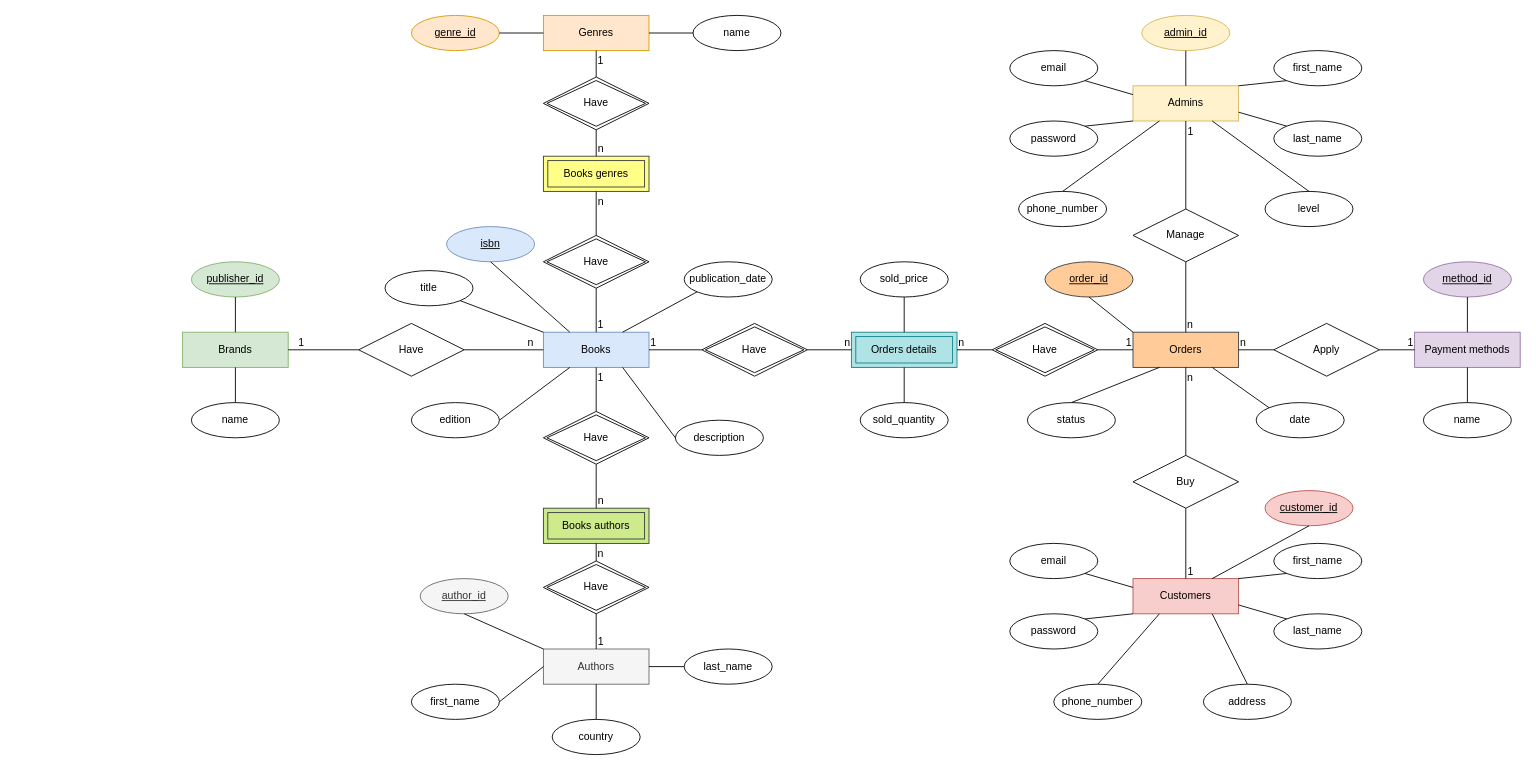
The draw.io diagram perfume.drawio in tamgtasa2611/perfume_store, before the edit. Source tidied: cells renumbered, new cells numbered last; positions are measured from the earlier drawing's top-left corner, leaving out a move shared by most shapes. Both pictures are drawn from the tidied source at 88%, with x=0, y=0 at pixel (182, 15).
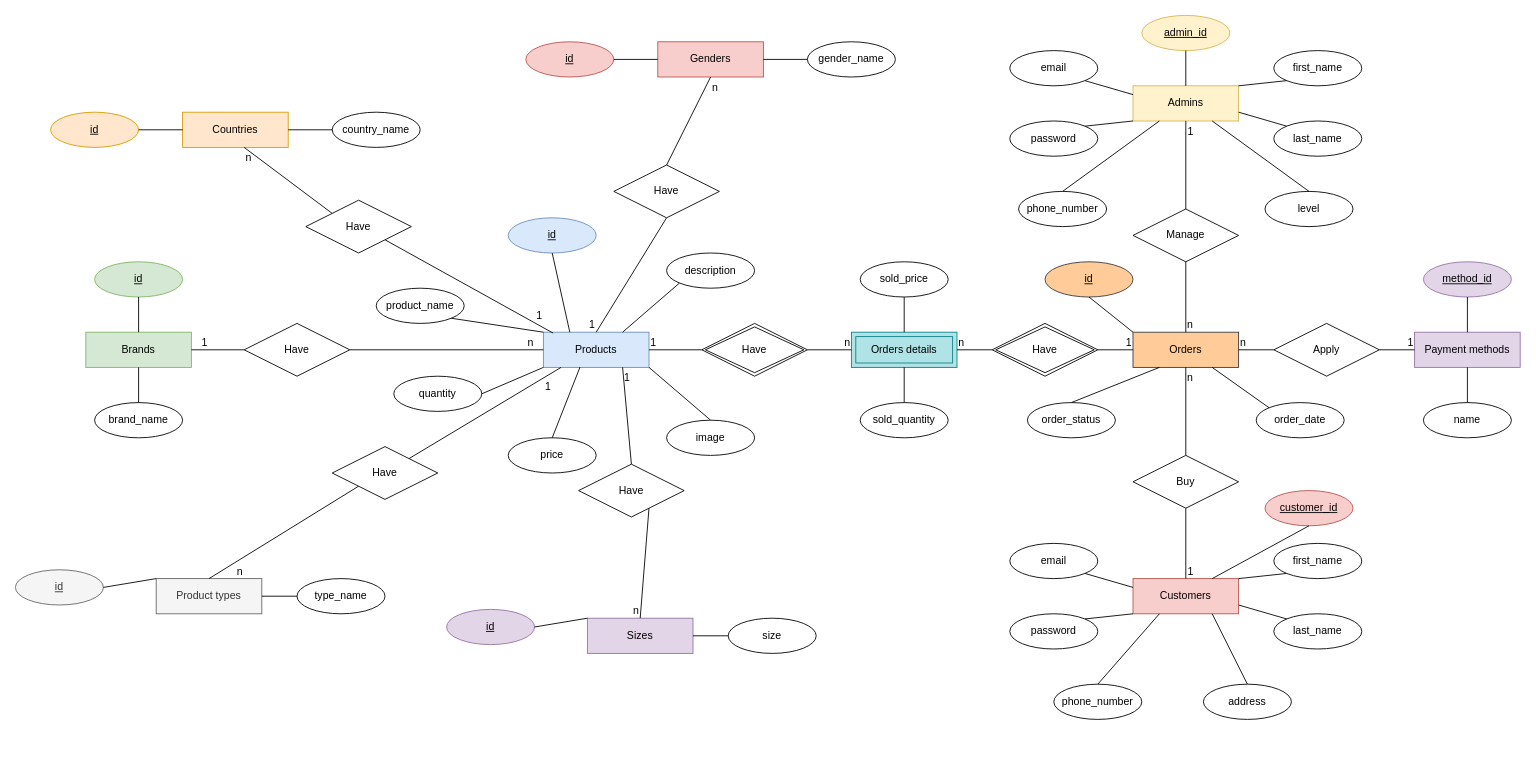
Above is the later version.

The edit, as a diff of the source:
```diff
@@
     <mxCell id="2" value="Brands" style="rounded=0;whiteSpace=wrap;html=1;fillColor=#d5e8d4;strokeColor=#82b366;" parent="1" vertex="1">
-      <mxGeometry y="360" width="120" height="40" as="geometry" />
+      <mxGeometry x="-110" y="360" width="120" height="40" as="geometry" />
     </mxCell>
-    <mxCell id="3" value="publisher_id" style="ellipse;whiteSpace=wrap;html=1;align=center;fontStyle=4;fillColor=#d5e8d4;strokeColor=#82b366;" parent="1" vertex="1">
-      <mxGeometry x="10" y="280" width="100" height="40" as="geometry" />
+    <mxCell id="3" value="id" style="ellipse;whiteSpace=wrap;html=1;align=center;fontStyle=4;fillColor=#d5e8d4;strokeColor=#82b366;" parent="1" vertex="1">
+      <mxGeometry x="-100" y="280" width="100" height="40" as="geometry" />
     </mxCell>
@@
-    <mxCell id="5" value="name" style="ellipse;whiteSpace=wrap;html=1;align=center;" parent="1" vertex="1">
-      <mxGeometry x="10" y="440" width="100" height="40" as="geometry" />
+    <mxCell id="5" value="brand_name" style="ellipse;whiteSpace=wrap;html=1;align=center;" parent="1" vertex="1">
+      <mxGeometry x="-100" y="440" width="100" height="40" as="geometry" />
     </mxCell>
@@
-    <mxCell id="7" value="Books" style="rounded=0;whiteSpace=wrap;html=1;fillColor=#dae8fc;strokeColor=#6c8ebf;" parent="1" vertex="1">
+    <mxCell id="7" value="Products" style="rounded=0;whiteSpace=wrap;html=1;fillColor=#dae8fc;strokeColor=#6c8ebf;" parent="1" vertex="1">
       <mxGeometry x="410" y="360" width="120" height="40" as="geometry" />
     </mxCell>
-    <mxCell id="8" value="isbn" style="ellipse;whiteSpace=wrap;html=1;align=center;fontStyle=4;fillColor=#dae8fc;strokeColor=#6c8ebf;" parent="1" vertex="1">
-      <mxGeometry x="300" y="240" width="100" height="40" as="geometry" />
+    <mxCell id="8" value="id" style="ellipse;whiteSpace=wrap;html=1;align=center;fontStyle=4;fillColor=#dae8fc;strokeColor=#6c8ebf;" parent="1" vertex="1">
+      <mxGeometry x="370" y="230" width="100" height="40" as="geometry" />
     </mxCell>
-    <mxCell id="9" value="title" style="ellipse;whiteSpace=wrap;html=1;align=center;" parent="1" vertex="1">
-      <mxGeometry x="230" y="290" width="100" height="40" as="geometry" />
+    <mxCell id="9" value="product_name" style="ellipse;whiteSpace=wrap;html=1;align=center;" parent="1" vertex="1">
+      <mxGeometry x="220" y="310" width="100" height="40" as="geometry" />
     </mxCell>
@@
-    <mxCell id="11" value="publication_date" style="ellipse;whiteSpace=wrap;html=1;align=center;" parent="1" vertex="1">
-      <mxGeometry x="570" y="280" width="100" height="40" as="geometry" />
+    <mxCell id="11" value="description" style="ellipse;whiteSpace=wrap;html=1;align=center;" parent="1" vertex="1">
+      <mxGeometry x="550" y="270" width="100" height="40" as="geometry" />
     </mxCell>
@@
-    <mxCell id="13" style="endArrow=none;html=1;rounded=0;exitX=0.25;exitY=1;exitDx=0;exitDy=0;entryX=1;entryY=0.5;entryDx=0;entryDy=0;" parent="1" edge="1" source="7" target="14">
+    <mxCell id="13" style="endArrow=none;html=1;rounded=0;entryX=1;entryY=0.5;entryDx=0;entryDy=0;exitX=0;exitY=1;exitDx=0;exitDy=0;" parent="1" edge="1" source="7" target="14">
       <mxGeometry relative="1" as="geometry" />
     </mxCell>
-    <mxCell id="14" value="edition" style="ellipse;whiteSpace=wrap;html=1;align=center;" parent="1" vertex="1">
-      <mxGeometry x="260" y="440" width="100" height="40" as="geometry" />
+    <mxCell id="14" value="quantity" style="ellipse;whiteSpace=wrap;html=1;align=center;" parent="1" vertex="1">
+      <mxGeometry x="240" y="410" width="100" height="40" as="geometry" />
     </mxCell>
-    <mxCell id="15" value="description" style="ellipse;whiteSpace=wrap;html=1;align=center;" parent="1" vertex="1">
-      <mxGeometry x="560" y="460" width="100" height="40" as="geometry" />
+    <mxCell id="15" value="price" style="ellipse;whiteSpace=wrap;html=1;align=center;" parent="1" vertex="1">
+      <mxGeometry x="370" y="480" width="100" height="40" as="geometry" />
     </mxCell>
-    <mxCell id="16" style="endArrow=none;html=1;rounded=0;exitX=0.75;exitY=1;exitDx=0;exitDy=0;entryX=0;entryY=0.5;entryDx=0;entryDy=0;" parent="1" edge="1" source="7" target="15">
+    <mxCell id="16" style="endArrow=none;html=1;rounded=0;entryX=0.5;entryY=0;entryDx=0;entryDy=0;exitX=0.347;exitY=0.99;exitDx=0;exitDy=0;exitPerimeter=0;" parent="1" edge="1" source="7" target="15">
       <mxGeometry relative="1" as="geometry" />
     </mxCell>
@@
     <mxCell id="22" value="Have" style="shape=rhombus;perimeter=rhombusPerimeter;whiteSpace=wrap;html=1;align=center;" parent="1" vertex="1">
-      <mxGeometry x="200" y="350" width="120" height="60" as="geometry" />
+      <mxGeometry x="70" y="350" width="120" height="60" as="geometry" />
     </mxCell>
-    <mxCell id="23" value="Genres" style="rounded=0;whiteSpace=wrap;html=1;fillColor=#ffe6cc;strokeColor=#d79b00;" parent="1" vertex="1">
-      <mxGeometry x="410" width="120" height="40" as="geometry" />
+    <mxCell id="23" value="Genders" style="rounded=0;whiteSpace=wrap;html=1;fillColor=#f8cecc;strokeColor=#b85450;" parent="1" vertex="1">
+      <mxGeometry x="540" y="30" width="120" height="40" as="geometry" />
     </mxCell>
-    <mxCell id="24" value="genre_id" style="ellipse;whiteSpace=wrap;html=1;align=center;fontStyle=4;fillColor=#ffe6cc;strokeColor=#d79b00;" parent="1" vertex="1">
-      <mxGeometry x="260" width="100" height="40" as="geometry" />
+    <mxCell id="24" value="id" style="ellipse;whiteSpace=wrap;html=1;align=center;fontStyle=4;fillColor=#f8cecc;strokeColor=#b85450;" parent="1" vertex="1">
+      <mxGeometry x="390" y="30" width="100" height="40" as="geometry" />
     </mxCell>
@@
-    <mxCell id="26" value="name" style="ellipse;whiteSpace=wrap;html=1;align=center;" parent="1" vertex="1">
-      <mxGeometry x="580" width="100" height="40" as="geometry" />
+    <mxCell id="26" value="gender_name" style="ellipse;whiteSpace=wrap;html=1;align=center;" parent="1" vertex="1">
+      <mxGeometry x="710" y="30" width="100" height="40" as="geometry" />
     </mxCell>
@@
-    <mxCell id="28" value="Authors" style="rounded=0;whiteSpace=wrap;html=1;fillColor=#f5f5f5;fontColor=#333333;strokeColor=#666666;" parent="1" vertex="1">
-      <mxGeometry x="410" y="720" width="120" height="40" as="geometry" />
+    <mxCell id="28" value="Product types" style="rounded=0;whiteSpace=wrap;html=1;fillColor=#f5f5f5;fontColor=#333333;strokeColor=#666666;" parent="1" vertex="1">
+      <mxGeometry x="-30" y="640" width="120" height="40" as="geometry" />
     </mxCell>
-    <mxCell id="29" value="author_id" style="ellipse;whiteSpace=wrap;html=1;align=center;fontStyle=4;fillColor=#f5f5f5;fontColor=#333333;strokeColor=#666666;" parent="1" vertex="1">
-      <mxGeometry x="270" y="640" width="100" height="40" as="geometry" />
+    <mxCell id="29" value="id" style="ellipse;whiteSpace=wrap;html=1;align=center;fontStyle=4;fillColor=#f5f5f5;fontColor=#333333;strokeColor=#666666;" parent="1" vertex="1">
+      <mxGeometry x="-190" y="630" width="100" height="40" as="geometry" />
     </mxCell>
-    <mxCell id="30" style="endArrow=none;html=1;rounded=0;exitX=0.5;exitY=1;exitDx=0;exitDy=0;entryX=0;entryY=0;entryDx=0;entryDy=0;" parent="1" edge="1" source="29" target="28">
+    <mxCell id="30" style="endArrow=none;html=1;rounded=0;exitX=1;exitY=0.5;exitDx=0;exitDy=0;entryX=0;entryY=0;entryDx=0;entryDy=0;" parent="1" edge="1" source="29" target="28">
       <mxGeometry relative="1" as="geometry" />
     </mxCell>
-    <mxCell id="31" value="first_name" style="ellipse;whiteSpace=wrap;html=1;align=center;" parent="1" vertex="1">
-      <mxGeometry x="260" y="760" width="100" height="40" as="geometry" />
-    </mxCell>
-    <mxCell id="32" style="endArrow=none;html=1;rounded=0;exitX=1;exitY=0.5;exitDx=0;exitDy=0;entryX=0;entryY=0.5;entryDx=0;entryDy=0;" parent="1" edge="1" source="31" target="28">
-      <mxGeometry relative="1" as="geometry" />
-    </mxCell>
-    <mxCell id="33" value="last_name" style="ellipse;whiteSpace=wrap;html=1;align=center;" parent="1" vertex="1">
-      <mxGeometry x="570" y="720" width="100" height="40" as="geometry" />
+    <mxCell id="33" value="type_name" style="ellipse;whiteSpace=wrap;html=1;align=center;" parent="1" vertex="1">
+      <mxGeometry x="130" y="640" width="100" height="40" as="geometry" />
     </mxCell>
@@
-    <mxCell id="35" value="country" style="ellipse;whiteSpace=wrap;html=1;align=center;" parent="1" vertex="1">
-      <mxGeometry x="420" y="800" width="100" height="40" as="geometry" />
-    </mxCell>
-    <mxCell id="36" style="endArrow=none;html=1;rounded=0;exitX=0.5;exitY=0;exitDx=0;exitDy=0;entryX=0.5;entryY=1;entryDx=0;entryDy=0;" parent="1" edge="1" source="35" target="28">
-      <mxGeometry relative="1" as="geometry" />
-    </mxCell>
-    <mxCell id="37" value="Books genres" style="shape=ext;margin=3;double=1;whiteSpace=wrap;html=1;align=center;fillColor=#ffff88;strokeColor=#36393d;" parent="1" vertex="1">
-      <mxGeometry x="410" y="160" width="120" height="40" as="geometry" />
-    </mxCell>
-    <mxCell id="38" style="endArrow=none;html=1;rounded=0;exitX=0.5;exitY=0;exitDx=0;exitDy=0;entryX=0.5;entryY=1;entryDx=0;entryDy=0;" parent="1" edge="1" source="42" target="37">
-      <mxGeometry relative="1" as="geometry" />
-    </mxCell>
-    <mxCell id="39" value="n" style="html=1;whiteSpace=wrap;align=right;verticalAlign=bottom;" parent="38" vertex="1">
-      <mxGeometry x="1" relative="1" as="geometry">
-        <mxPoint x="10" y="20" as="offset" />
-      </mxGeometry>
-    </mxCell>
-    <mxCell id="40" value="1" style="html=1;whiteSpace=wrap;align=left;verticalAlign=bottom;" parent="1" vertex="1">
-      <mxGeometry x="470" y="360" as="geometry" />
-    </mxCell>
-    <mxCell id="41" style="endArrow=none;html=1;rounded=0;exitX=0.5;exitY=0;exitDx=0;exitDy=0;entryX=0.5;entryY=1;entryDx=0;entryDy=0;" parent="1" edge="1" source="7" target="42">
-      <mxGeometry relative="1" as="geometry" />
-    </mxCell>
-    <mxCell id="42" value="Have" style="shape=rhombus;double=1;perimeter=rhombusPerimeter;whiteSpace=wrap;html=1;align=center;" parent="1" vertex="1">
-      <mxGeometry x="410" y="250" width="120" height="60" as="geometry" />
-    </mxCell>
-    <mxCell id="43" style="endArrow=none;html=1;rounded=0;exitX=0.5;exitY=1;exitDx=0;exitDy=0;entryX=0.5;entryY=0;entryDx=0;entryDy=0;" parent="1" edge="1" source="47" target="37">
-      <mxGeometry relative="1" as="geometry" />
-    </mxCell>
-    <mxCell id="44" value="n" style="html=1;whiteSpace=wrap;align=right;verticalAlign=bottom;" parent="43" vertex="1">
-      <mxGeometry x="1" relative="1" as="geometry">
-        <mxPoint x="10" as="offset" />
-      </mxGeometry>
-    </mxCell>
-    <mxCell id="45" style="endArrow=none;html=1;rounded=0;exitX=0.5;exitY=1;exitDx=0;exitDy=0;entryX=0.5;entryY=0;entryDx=0;entryDy=0;" parent="1" edge="1" source="23" target="47">
-      <mxGeometry relative="1" as="geometry" />
-    </mxCell>
-    <mxCell id="46" value="1" style="html=1;whiteSpace=wrap;align=left;verticalAlign=bottom;" parent="45" vertex="1">
-      <mxGeometry x="-1" relative="1" as="geometry">
-        <mxPoint y="20" as="offset" />
-      </mxGeometry>
-    </mxCell>
-    <mxCell id="47" value="Have" style="shape=rhombus;double=1;perimeter=rhombusPerimeter;whiteSpace=wrap;html=1;align=center;" parent="1" vertex="1">
-      <mxGeometry x="410" y="70" width="120" height="60" as="geometry" />
-    </mxCell>
-    <mxCell id="48" value="Books authors" style="shape=ext;margin=3;double=1;whiteSpace=wrap;html=1;align=center;fillColor=#cdeb8b;strokeColor=#36393d;" parent="1" vertex="1">
-      <mxGeometry x="410" y="560" width="120" height="40" as="geometry" />
-    </mxCell>
-    <mxCell id="49" style="endArrow=none;html=1;rounded=0;exitX=0.5;exitY=1;exitDx=0;exitDy=0;entryX=0.5;entryY=0;entryDx=0;entryDy=0;" parent="1" edge="1" source="53" target="48">
-      <mxGeometry relative="1" as="geometry" />
-    </mxCell>
-    <mxCell id="50" value="n" style="html=1;whiteSpace=wrap;align=right;verticalAlign=bottom;" parent="49" vertex="1">
-      <mxGeometry x="1" relative="1" as="geometry">
-        <mxPoint x="10" as="offset" />
-      </mxGeometry>
-    </mxCell>
-    <mxCell id="51" style="endArrow=none;html=1;rounded=0;exitX=0.5;exitY=1;exitDx=0;exitDy=0;entryX=0.5;entryY=0;entryDx=0;entryDy=0;" parent="1" edge="1" source="7" target="53">
-      <mxGeometry relative="1" as="geometry" />
-    </mxCell>
-    <mxCell id="52" value="1" style="html=1;whiteSpace=wrap;align=left;verticalAlign=bottom;" parent="51" vertex="1">
-      <mxGeometry x="-1" relative="1" as="geometry">
-        <mxPoint y="20" as="offset" />
-      </mxGeometry>
-    </mxCell>
-    <mxCell id="53" value="Have" style="shape=rhombus;double=1;perimeter=rhombusPerimeter;whiteSpace=wrap;html=1;align=center;" parent="1" vertex="1">
-      <mxGeometry x="410" y="450" width="120" height="60" as="geometry" />
-    </mxCell>
-    <mxCell id="54" style="endArrow=none;html=1;rounded=0;exitX=0.5;exitY=1;exitDx=0;exitDy=0;entryX=0.5;entryY=0;entryDx=0;entryDy=0;" parent="1" edge="1" source="58" target="28">
-      <mxGeometry relative="1" as="geometry" />
-    </mxCell>
-    <mxCell id="55" value="1" style="html=1;whiteSpace=wrap;align=right;verticalAlign=bottom;" parent="54" vertex="1">
-      <mxGeometry x="1" relative="1" as="geometry">
-        <mxPoint x="10" as="offset" />
-      </mxGeometry>
-    </mxCell>
-    <mxCell id="56" style="endArrow=none;html=1;rounded=0;exitX=0.5;exitY=1;exitDx=0;exitDy=0;entryX=0.5;entryY=0;entryDx=0;entryDy=0;" parent="1" edge="1" source="48" target="58">
-      <mxGeometry relative="1" as="geometry" />
-    </mxCell>
-    <mxCell id="57" value="n" style="html=1;whiteSpace=wrap;align=left;verticalAlign=bottom;" parent="56" vertex="1">
-      <mxGeometry x="-1" relative="1" as="geometry">
-        <mxPoint y="20" as="offset" />
-      </mxGeometry>
-    </mxCell>
-    <mxCell id="58" value="Have" style="shape=rhombus;double=1;perimeter=rhombusPerimeter;whiteSpace=wrap;html=1;align=center;" parent="1" vertex="1">
-      <mxGeometry x="410" y="620" width="120" height="60" as="geometry" />
-    </mxCell>
@@
-    <mxCell id="70" value="order_id" style="ellipse;whiteSpace=wrap;html=1;align=center;fontStyle=4;fillColor=#ffcc99;strokeColor=#36393d;" parent="1" vertex="1">
+    <mxCell id="70" value="id" style="ellipse;whiteSpace=wrap;html=1;align=center;fontStyle=4;fillColor=#ffcc99;strokeColor=#36393d;" parent="1" vertex="1">
       <mxGeometry x="980" y="280" width="100" height="40" as="geometry" />
     </mxCell>
@@
-    <mxCell id="72" value="status" style="ellipse;whiteSpace=wrap;html=1;align=center;" parent="1" vertex="1">
+    <mxCell id="72" value="order_status" style="ellipse;whiteSpace=wrap;html=1;align=center;" parent="1" vertex="1">
       <mxGeometry x="960" y="440" width="100" height="40" as="geometry" />
     </mxCell>
-    <mxCell id="73" value="date" style="ellipse;whiteSpace=wrap;html=1;align=center;" parent="1" vertex="1">
+    <mxCell id="73" value="order_date" style="ellipse;whiteSpace=wrap;html=1;align=center;" parent="1" vertex="1">
       <mxGeometry x="1220" y="440" width="100" height="40" as="geometry" />
     </mxCell>
@@
+    <mxCell id="131" value="Countries" style="rounded=0;whiteSpace=wrap;html=1;fillColor=#ffe6cc;strokeColor=#d79b00;" parent="1" vertex="1">
+      <mxGeometry y="110" width="120" height="40" as="geometry" />
+    </mxCell>
+    <mxCell id="132" value="id" style="ellipse;whiteSpace=wrap;html=1;align=center;fontStyle=4;fillColor=#ffe6cc;strokeColor=#d79b00;" parent="1" vertex="1">
+      <mxGeometry x="-150" y="110" width="100" height="40" as="geometry" />
+    </mxCell>
+    <mxCell id="133" style="endArrow=none;html=1;rounded=0;exitX=1;exitY=0.5;exitDx=0;exitDy=0;entryX=0;entryY=0.5;entryDx=0;entryDy=0;" parent="1" edge="1" source="132" target="131">
+      <mxGeometry relative="1" as="geometry" />
+    </mxCell>
+    <mxCell id="134" value="country_name" style="ellipse;whiteSpace=wrap;html=1;align=center;" parent="1" vertex="1">
+      <mxGeometry x="170" y="110" width="100" height="40" as="geometry" />
+    </mxCell>
+    <mxCell id="135" style="endArrow=none;html=1;rounded=0;exitX=1;exitY=0.5;exitDx=0;exitDy=0;entryX=0;entryY=0.5;entryDx=0;entryDy=0;" parent="1" edge="1" source="131" target="134">
+      <mxGeometry relative="1" as="geometry" />
+    </mxCell>
+    <mxCell id="136" value="Sizes" style="rounded=0;whiteSpace=wrap;html=1;fillColor=#e1d5e7;strokeColor=#9673a6;" parent="1" vertex="1">
+      <mxGeometry x="460" y="685" width="120" height="40" as="geometry" />
+    </mxCell>
+    <mxCell id="137" value="id" style="ellipse;whiteSpace=wrap;html=1;align=center;fontStyle=4;fillColor=#e1d5e7;strokeColor=#9673a6;" parent="1" vertex="1">
+      <mxGeometry x="300" y="675" width="100" height="40" as="geometry" />
+    </mxCell>
+    <mxCell id="138" style="endArrow=none;html=1;rounded=0;exitX=1;exitY=0.5;exitDx=0;exitDy=0;entryX=0;entryY=0;entryDx=0;entryDy=0;" parent="1" edge="1" source="137" target="136">
+      <mxGeometry relative="1" as="geometry" />
+    </mxCell>
+    <mxCell id="139" value="size" style="ellipse;whiteSpace=wrap;html=1;align=center;" parent="1" vertex="1">
+      <mxGeometry x="620" y="685" width="100" height="40" as="geometry" />
+    </mxCell>
+    <mxCell id="140" style="endArrow=none;html=1;rounded=0;entryX=0;entryY=0.5;entryDx=0;entryDy=0;exitX=1;exitY=0.5;exitDx=0;exitDy=0;" parent="1" edge="1" source="136" target="139">
+      <mxGeometry relative="1" as="geometry" />
+    </mxCell>
+    <mxCell id="141" value="image" style="ellipse;whiteSpace=wrap;html=1;align=center;" parent="1" vertex="1">
+      <mxGeometry x="550" y="460" width="100" height="40" as="geometry" />
+    </mxCell>
+    <mxCell id="142" style="endArrow=none;html=1;rounded=0;exitX=0.5;exitY=0;exitDx=0;exitDy=0;entryX=1;entryY=1;entryDx=0;entryDy=0;" parent="1" edge="1" source="141" target="7">
+      <mxGeometry relative="1" as="geometry" />
+    </mxCell>
+    <mxCell id="143" style="endArrow=none;html=1;rounded=0;exitX=1;exitY=1;exitDx=0;exitDy=0;entryX=0.092;entryY=0.025;entryDx=0;entryDy=0;entryPerimeter=0;" parent="1" edge="1" source="152" target="7">
+      <mxGeometry relative="1" as="geometry" />
+    </mxCell>
+    <mxCell id="144" value="1" style="html=1;whiteSpace=wrap;align=right;verticalAlign=bottom;" parent="143" vertex="1">
+      <mxGeometry x="1" relative="1" as="geometry">
+        <mxPoint x="-11" y="-11" as="offset" />
+      </mxGeometry>
+    </mxCell>
+    <mxCell id="145" style="endArrow=none;html=1;rounded=0;exitX=0.5;exitY=1;exitDx=0;exitDy=0;entryX=0.5;entryY=0;entryDx=0;entryDy=0;" parent="1" edge="1" source="149" target="7">
+      <mxGeometry relative="1" as="geometry" />
+    </mxCell>
+    <mxCell id="146" value="1" style="html=1;whiteSpace=wrap;align=right;verticalAlign=bottom;" parent="145" vertex="1">
+      <mxGeometry x="1" relative="1" as="geometry" />
+    </mxCell>
+    <mxCell id="147" style="endArrow=none;html=1;rounded=0;exitX=0.5;exitY=1;exitDx=0;exitDy=0;entryX=0.5;entryY=0;entryDx=0;entryDy=0;" parent="1" edge="1" source="23" target="149">
+      <mxGeometry relative="1" as="geometry" />
+    </mxCell>
+    <mxCell id="148" value="n" style="html=1;whiteSpace=wrap;align=left;verticalAlign=bottom;" parent="147" vertex="1">
+      <mxGeometry x="-1" relative="1" as="geometry">
+        <mxPoint y="20" as="offset" />
+      </mxGeometry>
+    </mxCell>
+    <mxCell id="149" value="Have" style="shape=rhombus;perimeter=rhombusPerimeter;whiteSpace=wrap;html=1;align=center;" parent="1" vertex="1">
+      <mxGeometry x="490" y="170" width="120" height="60" as="geometry" />
+    </mxCell>
+    <mxCell id="150" style="endArrow=none;html=1;rounded=0;exitX=0.583;exitY=1;exitDx=0;exitDy=0;exitPerimeter=0;entryX=0;entryY=0;entryDx=0;entryDy=0;" parent="1" edge="1" source="131" target="152">
+      <mxGeometry relative="1" as="geometry" />
+    </mxCell>
+    <mxCell id="151" value="n" style="html=1;whiteSpace=wrap;align=left;verticalAlign=bottom;" parent="150" vertex="1">
+      <mxGeometry x="-1" relative="1" as="geometry">
+        <mxPoint y="20" as="offset" />
+      </mxGeometry>
+    </mxCell>
+    <mxCell id="152" value="Have" style="shape=rhombus;perimeter=rhombusPerimeter;whiteSpace=wrap;html=1;align=center;" parent="1" vertex="1">
+      <mxGeometry x="140" y="210" width="120" height="60" as="geometry" />
+    </mxCell>
+    <mxCell id="153" style="endArrow=none;html=1;rounded=0;entryX=0.167;entryY=1;entryDx=0;entryDy=0;entryPerimeter=0;" parent="1" edge="1" source="157" target="7">
+      <mxGeometry relative="1" as="geometry" />
+    </mxCell>
+    <mxCell id="154" value="1" style="html=1;whiteSpace=wrap;align=right;verticalAlign=bottom;" parent="153" vertex="1">
+      <mxGeometry x="1" relative="1" as="geometry">
+        <mxPoint x="-10" y="30" as="offset" />
+      </mxGeometry>
+    </mxCell>
+    <mxCell id="155" style="endArrow=none;html=1;rounded=0;exitX=0.5;exitY=0;exitDx=0;exitDy=0;entryX=0;entryY=1;entryDx=0;entryDy=0;" parent="1" edge="1" source="28" target="157">
+      <mxGeometry relative="1" as="geometry" />
+    </mxCell>
+    <mxCell id="156" value="n" style="html=1;whiteSpace=wrap;align=left;verticalAlign=bottom;" parent="155" vertex="1">
+      <mxGeometry x="-1" relative="1" as="geometry">
+        <mxPoint x="30" as="offset" />
+      </mxGeometry>
+    </mxCell>
+    <mxCell id="157" value="Have" style="shape=rhombus;perimeter=rhombusPerimeter;whiteSpace=wrap;html=1;align=center;" parent="1" vertex="1">
+      <mxGeometry x="170" y="490" width="120" height="60" as="geometry" />
+    </mxCell>
+    <mxCell id="158" style="endArrow=none;html=1;rounded=0;exitX=0.75;exitY=1;exitDx=0;exitDy=0;entryX=0.5;entryY=0;entryDx=0;entryDy=0;" parent="1" edge="1" source="162" target="136">
+      <mxGeometry relative="1" as="geometry" />
+    </mxCell>
+    <mxCell id="159" value="n" style="html=1;whiteSpace=wrap;align=right;verticalAlign=bottom;" parent="158" vertex="1">
+      <mxGeometry x="1" relative="1" as="geometry" />
+    </mxCell>
+    <mxCell id="160" style="endArrow=none;html=1;rounded=0;exitX=0.75;exitY=1;exitDx=0;exitDy=0;entryX=0.5;entryY=0;entryDx=0;entryDy=0;" parent="1" edge="1" source="7" target="162">
+      <mxGeometry relative="1" as="geometry" />
+    </mxCell>
+    <mxCell id="161" value="1" style="html=1;whiteSpace=wrap;align=left;verticalAlign=bottom;" parent="160" vertex="1">
+      <mxGeometry x="-1" relative="1" as="geometry">
+        <mxPoint y="20" as="offset" />
+      </mxGeometry>
+    </mxCell>
+    <mxCell id="162" value="Have" style="shape=rhombus;perimeter=rhombusPerimeter;whiteSpace=wrap;html=1;align=center;" parent="1" vertex="1">
+      <mxGeometry x="450" y="510" width="120" height="60" as="geometry" />
+    </mxCell>
```
